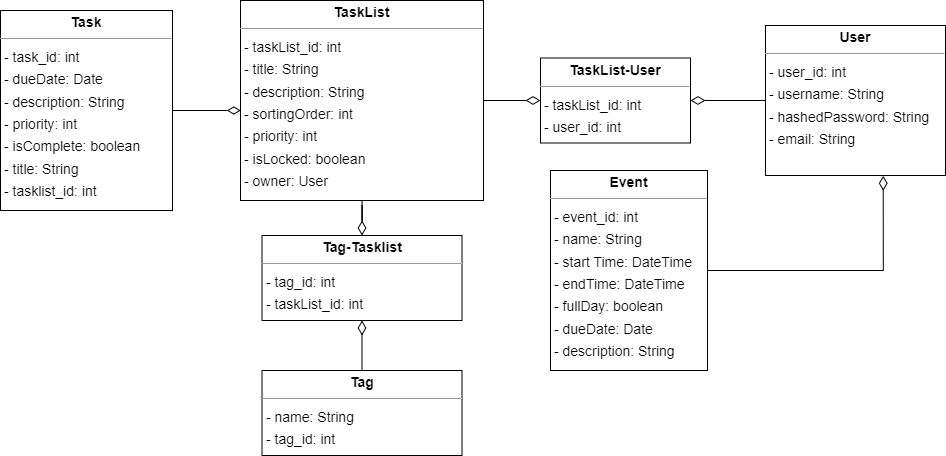
Above: pictures/Datenmodell.png in 2324-syp-3ahif/Project-LAMP (draw.io), before the change. Source tidied: cells renumbered, new cells last; positions are measured from the earlier drawing's top-left corner, leaving out a move shared by most shapes.
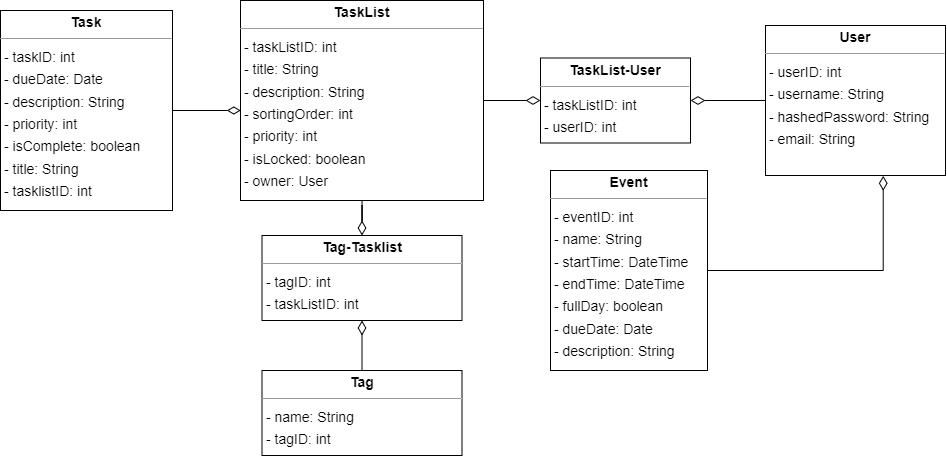
Later version of the same file.

Commit message:
names of variables now by naming conventions

Change to the diagram source:
```diff
@@ -2,16 +2,16 @@
   <root>
     <mxCell id="0" />
     <mxCell id="1" parent="0" />
-    <mxCell id="2" value="&lt;p style=&quot;margin:0px;margin-top:4px;text-align:center;&quot;&gt;&lt;b&gt;Event&lt;/b&gt;&lt;/p&gt;&lt;hr size=&quot;1&quot;&gt;&lt;p style=&quot;margin:0 0 0 4px;line-height:1.6;&quot;&gt;&lt;/p&gt;&lt;p style=&quot;margin:0 0 0 4px;line-height:1.6;&quot;&gt;- event_id: int&lt;/p&gt;&lt;p style=&quot;margin:0 0 0 4px;line-height:1.6;&quot;&gt;- name: String&lt;/p&gt;&lt;p style=&quot;margin:0 0 0 4px;line-height:1.6;&quot;&gt;- start Time: DateTime&lt;/p&gt;&lt;p style=&quot;margin:0 0 0 4px;line-height:1.6;&quot;&gt;- endTime: DateTime&lt;/p&gt;&lt;p style=&quot;margin:0 0 0 4px;line-height:1.6;&quot;&gt;- fullDay: boolean&lt;br&gt;- dueDate: Date&lt;br&gt;- description: String&lt;/p&gt;" style="verticalAlign=top;align=left;overflow=fill;fontSize=14;fontFamily=Helvetica;html=1;rounded=0;shadow=0;comic=0;labelBackgroundColor=none;strokeWidth=1;" parent="1" vertex="1">
+    <mxCell id="2" value="&lt;p style=&quot;margin:0px;margin-top:4px;text-align:center;&quot;&gt;&lt;b&gt;Event&lt;/b&gt;&lt;/p&gt;&lt;hr size=&quot;1&quot;&gt;&lt;p style=&quot;margin:0 0 0 4px;line-height:1.6;&quot;&gt;&lt;/p&gt;&lt;p style=&quot;margin:0 0 0 4px;line-height:1.6;&quot;&gt;- eventID: int&lt;/p&gt;&lt;p style=&quot;margin:0 0 0 4px;line-height:1.6;&quot;&gt;- name: String&lt;/p&gt;&lt;p style=&quot;margin:0 0 0 4px;line-height:1.6;&quot;&gt;- startTime: DateTime&lt;/p&gt;&lt;p style=&quot;margin:0 0 0 4px;line-height:1.6;&quot;&gt;- endTime: DateTime&lt;/p&gt;&lt;p style=&quot;margin:0 0 0 4px;line-height:1.6;&quot;&gt;- fullDay: boolean&lt;br&gt;- dueDate: Date&lt;br&gt;- description: String&lt;/p&gt;" style="verticalAlign=top;align=left;overflow=fill;fontSize=14;fontFamily=Helvetica;html=1;rounded=0;shadow=0;comic=0;labelBackgroundColor=none;strokeWidth=1;" parent="1" vertex="1">
       <mxGeometry x="550" y="170" width="157" height="200" as="geometry" />
     </mxCell>
     <mxCell id="3" style="edgeStyle=orthogonalEdgeStyle;rounded=0;jettySize=auto;html=1;entryX=0.5;entryY=1;entryDx=0;entryDy=0;endArrow=diamondThin;endFill=0;endSize=12;" parent="1" edge="1" source="4" target="12">
       <mxGeometry relative="1" as="geometry" />
     </mxCell>
-    <mxCell id="4" value="&lt;p style=&quot;margin:0px;margin-top:4px;text-align:center;&quot;&gt;&lt;b&gt;Tag&lt;/b&gt;&lt;/p&gt;&lt;hr size=&quot;1&quot;&gt;&lt;p style=&quot;margin:0 0 0 4px;line-height:1.6;&quot;&gt;&lt;/p&gt;&lt;p style=&quot;margin:0 0 0 4px;line-height:1.6;&quot;&gt;- name: String&lt;/p&gt;&lt;p style=&quot;margin:0 0 0 4px;line-height:1.6;&quot;&gt;- tag_id: int&lt;/p&gt;&lt;p style=&quot;margin:0 0 0 4px;line-height:1.6;&quot;&gt;&lt;br&gt;&lt;/p&gt;" style="verticalAlign=top;align=left;overflow=fill;fontSize=14;fontFamily=Helvetica;html=1;rounded=0;shadow=0;comic=0;labelBackgroundColor=none;strokeWidth=1;" parent="1" vertex="1">
+    <mxCell id="4" value="&lt;p style=&quot;margin:0px;margin-top:4px;text-align:center;&quot;&gt;&lt;b&gt;Tag&lt;/b&gt;&lt;/p&gt;&lt;hr size=&quot;1&quot;&gt;&lt;p style=&quot;margin:0 0 0 4px;line-height:1.6;&quot;&gt;&lt;/p&gt;&lt;p style=&quot;margin:0 0 0 4px;line-height:1.6;&quot;&gt;- name: String&lt;/p&gt;&lt;p style=&quot;margin:0 0 0 4px;line-height:1.6;&quot;&gt;- tagID: int&lt;/p&gt;&lt;p style=&quot;margin:0 0 0 4px;line-height:1.6;&quot;&gt;&lt;br&gt;&lt;/p&gt;" style="verticalAlign=top;align=left;overflow=fill;fontSize=14;fontFamily=Helvetica;html=1;rounded=0;shadow=0;comic=0;labelBackgroundColor=none;strokeWidth=1;" parent="1" vertex="1">
       <mxGeometry x="261.5" y="370" width="200" height="85" as="geometry" />
     </mxCell>
-    <mxCell id="5" value="&lt;p style=&quot;margin:0px;margin-top:4px;text-align:center;&quot;&gt;&lt;b&gt;Task&lt;/b&gt;&lt;/p&gt;&lt;hr size=&quot;1&quot;&gt;&lt;p style=&quot;margin:0 0 0 4px;line-height:1.6;&quot;&gt;&lt;/p&gt;&lt;p style=&quot;margin:0 0 0 4px;line-height:1.6;&quot;&gt;- task_id: int&lt;/p&gt;&lt;p style=&quot;margin:0 0 0 4px;line-height:1.6;&quot;&gt;- dueDate: Date&lt;br&gt;- description: String&lt;br&gt;- priority: int&lt;br&gt;- isComplete: boolean&lt;br&gt;- title: String&lt;br&gt;- tasklist_id: int&lt;/p&gt;" style="verticalAlign=top;align=left;overflow=fill;fontSize=14;fontFamily=Helvetica;html=1;rounded=0;shadow=0;comic=0;labelBackgroundColor=none;strokeWidth=1;" parent="1" vertex="1">
+    <mxCell id="5" value="&lt;p style=&quot;margin:0px;margin-top:4px;text-align:center;&quot;&gt;&lt;b&gt;Task&lt;/b&gt;&lt;/p&gt;&lt;hr size=&quot;1&quot;&gt;&lt;p style=&quot;margin:0 0 0 4px;line-height:1.6;&quot;&gt;&lt;/p&gt;&lt;p style=&quot;margin:0 0 0 4px;line-height:1.6;&quot;&gt;- taskID: int&lt;/p&gt;&lt;p style=&quot;margin:0 0 0 4px;line-height:1.6;&quot;&gt;- dueDate: Date&lt;br&gt;- description: String&lt;br&gt;- priority: int&lt;br&gt;- isComplete: boolean&lt;br&gt;- title: String&lt;br&gt;- tasklistID: int&lt;/p&gt;" style="verticalAlign=top;align=left;overflow=fill;fontSize=14;fontFamily=Helvetica;html=1;rounded=0;shadow=0;comic=0;labelBackgroundColor=none;strokeWidth=1;" parent="1" vertex="1">
       <mxGeometry y="10" width="172" height="200" as="geometry" />
     </mxCell>
     <mxCell id="6" style="edgeStyle=orthogonalEdgeStyle;rounded=0;jettySize=auto;html=1;entryX=0.5;entryY=0;entryDx=0;entryDy=0;endArrow=diamondThin;endFill=0;endSize=12;" parent="1" edge="1" source="8" target="12">
@@ -20,22 +20,22 @@
     <mxCell id="7" style="edgeStyle=orthogonalEdgeStyle;rounded=0;jettySize=auto;html=1;entryX=0;entryY=0.5;entryDx=0;entryDy=0;endSize=12;endArrow=diamondThin;endFill=0;" parent="1" edge="1" source="8" target="13">
       <mxGeometry relative="1" as="geometry" />
     </mxCell>
-    <mxCell id="8" value="&lt;p style=&quot;margin:0px;margin-top:4px;text-align:center;&quot;&gt;&lt;b&gt;TaskList&lt;/b&gt;&lt;/p&gt;&lt;hr size=&quot;1&quot;&gt;&lt;p style=&quot;margin:0 0 0 4px;line-height:1.6;&quot;&gt;&lt;/p&gt;&lt;p style=&quot;margin:0 0 0 4px;line-height:1.6;&quot;&gt;- taskList_id: int&lt;/p&gt;&lt;p style=&quot;margin:0 0 0 4px;line-height:1.6;&quot;&gt;- title: String&lt;/p&gt;&lt;p style=&quot;margin:0 0 0 4px;line-height:1.6;&quot;&gt;- description: String&lt;br&gt;- sortingOrder: int&lt;/p&gt;&lt;p style=&quot;margin:0 0 0 4px;line-height:1.6;&quot;&gt;- priority: int&lt;/p&gt;&lt;p style=&quot;margin:0 0 0 4px;line-height:1.6;&quot;&gt;&lt;span style=&quot;background-color: initial;&quot;&gt;- isLocked: boolean&lt;/span&gt;&lt;br&gt;&lt;/p&gt;&lt;p style=&quot;margin:0 0 0 4px;line-height:1.6;&quot;&gt;- owner: User&lt;/p&gt;" style="verticalAlign=top;align=left;overflow=fill;fontSize=14;fontFamily=Helvetica;html=1;rounded=0;shadow=0;comic=0;labelBackgroundColor=none;strokeWidth=1;" parent="1" vertex="1">
+    <mxCell id="8" value="&lt;p style=&quot;margin:0px;margin-top:4px;text-align:center;&quot;&gt;&lt;b&gt;TaskList&lt;/b&gt;&lt;/p&gt;&lt;hr size=&quot;1&quot;&gt;&lt;p style=&quot;margin:0 0 0 4px;line-height:1.6;&quot;&gt;&lt;/p&gt;&lt;p style=&quot;margin:0 0 0 4px;line-height:1.6;&quot;&gt;- taskListID: int&lt;/p&gt;&lt;p style=&quot;margin:0 0 0 4px;line-height:1.6;&quot;&gt;- title: String&lt;/p&gt;&lt;p style=&quot;margin:0 0 0 4px;line-height:1.6;&quot;&gt;- description: String&lt;br&gt;- sortingOrder: int&lt;/p&gt;&lt;p style=&quot;margin:0 0 0 4px;line-height:1.6;&quot;&gt;- priority: int&lt;/p&gt;&lt;p style=&quot;margin:0 0 0 4px;line-height:1.6;&quot;&gt;&lt;span style=&quot;background-color: initial;&quot;&gt;- isLocked: boolean&lt;/span&gt;&lt;br&gt;&lt;/p&gt;&lt;p style=&quot;margin:0 0 0 4px;line-height:1.6;&quot;&gt;- owner: User&lt;/p&gt;" style="verticalAlign=top;align=left;overflow=fill;fontSize=14;fontFamily=Helvetica;html=1;rounded=0;shadow=0;comic=0;labelBackgroundColor=none;strokeWidth=1;" parent="1" vertex="1">
       <mxGeometry x="240" width="243" height="200" as="geometry" />
     </mxCell>
     <mxCell id="9" style="edgeStyle=orthogonalEdgeStyle;rounded=0;jettySize=auto;html=1;endSize=12;endArrow=diamondThin;endFill=0;" parent="1" edge="1" source="10" target="13">
       <mxGeometry relative="1" as="geometry" />
     </mxCell>
-    <mxCell id="10" value="&lt;p style=&quot;margin:0px;margin-top:4px;text-align:center;&quot;&gt;&lt;b&gt;User&lt;/b&gt;&lt;/p&gt;&lt;hr size=&quot;1&quot;&gt;&lt;p style=&quot;margin:0 0 0 4px;line-height:1.6;&quot;&gt;&lt;/p&gt;&lt;p style=&quot;margin:0 0 0 4px;line-height:1.6;&quot;&gt;- user_id: int&lt;br&gt;- username: String&lt;/p&gt;&lt;p style=&quot;margin:0 0 0 4px;line-height:1.6;&quot;&gt;- hashedPassword: String&lt;/p&gt;&lt;p style=&quot;margin:0 0 0 4px;line-height:1.6;&quot;&gt;- email: String&lt;/p&gt;" style="verticalAlign=top;align=left;overflow=fill;fontSize=14;fontFamily=Helvetica;html=1;rounded=0;shadow=0;comic=0;labelBackgroundColor=none;strokeWidth=1;" parent="1" vertex="1">
+    <mxCell id="10" value="&lt;p style=&quot;margin:0px;margin-top:4px;text-align:center;&quot;&gt;&lt;b&gt;User&lt;/b&gt;&lt;/p&gt;&lt;hr size=&quot;1&quot;&gt;&lt;p style=&quot;margin:0 0 0 4px;line-height:1.6;&quot;&gt;&lt;/p&gt;&lt;p style=&quot;margin:0 0 0 4px;line-height:1.6;&quot;&gt;- userID: int&lt;br&gt;- username: String&lt;/p&gt;&lt;p style=&quot;margin:0 0 0 4px;line-height:1.6;&quot;&gt;- hashedPassword: String&lt;/p&gt;&lt;p style=&quot;margin:0 0 0 4px;line-height:1.6;&quot;&gt;- email: String&lt;/p&gt;" style="verticalAlign=top;align=left;overflow=fill;fontSize=14;fontFamily=Helvetica;html=1;rounded=0;shadow=0;comic=0;labelBackgroundColor=none;strokeWidth=1;" parent="1" vertex="1">
       <mxGeometry x="765" y="25" width="180" height="150" as="geometry" />
     </mxCell>
     <mxCell id="11" style="edgeStyle=orthogonalEdgeStyle;rounded=0;jettySize=auto;html=1;entryX=0.001;entryY=0.55;entryDx=0;entryDy=0;entryPerimeter=0;endSize=11;endArrow=diamondThin;endFill=0;" parent="1" edge="1" source="5" target="8">
       <mxGeometry relative="1" as="geometry" />
     </mxCell>
-    <mxCell id="12" value="&lt;p style=&quot;margin:0px;margin-top:4px;text-align:center;&quot;&gt;&lt;b&gt;Tag-Tasklist&lt;/b&gt;&lt;/p&gt;&lt;hr size=&quot;1&quot;&gt;&lt;p style=&quot;margin:0 0 0 4px;line-height:1.6;&quot;&gt;&lt;/p&gt;&lt;p style=&quot;margin:0 0 0 4px;line-height:1.6;&quot;&gt;- tag_id: int&lt;/p&gt;&lt;p style=&quot;margin:0 0 0 4px;line-height:1.6;&quot;&gt;- taskList_id: int&lt;/p&gt;&lt;p style=&quot;margin:0 0 0 4px;line-height:1.6;&quot;&gt;&lt;br&gt;&lt;/p&gt;" style="verticalAlign=top;align=left;overflow=fill;fontSize=14;fontFamily=Helvetica;html=1;rounded=0;shadow=0;comic=0;labelBackgroundColor=none;strokeWidth=1;" parent="1" vertex="1">
+    <mxCell id="12" value="&lt;p style=&quot;margin:0px;margin-top:4px;text-align:center;&quot;&gt;&lt;b&gt;Tag-Tasklist&lt;/b&gt;&lt;/p&gt;&lt;hr size=&quot;1&quot;&gt;&lt;p style=&quot;margin:0 0 0 4px;line-height:1.6;&quot;&gt;&lt;/p&gt;&lt;p style=&quot;margin:0 0 0 4px;line-height:1.6;&quot;&gt;- tagID: int&lt;/p&gt;&lt;p style=&quot;margin:0 0 0 4px;line-height:1.6;&quot;&gt;- taskListID: int&lt;/p&gt;&lt;p style=&quot;margin:0 0 0 4px;line-height:1.6;&quot;&gt;&lt;br&gt;&lt;/p&gt;" style="verticalAlign=top;align=left;overflow=fill;fontSize=14;fontFamily=Helvetica;html=1;rounded=0;shadow=0;comic=0;labelBackgroundColor=none;strokeWidth=1;" parent="1" vertex="1">
       <mxGeometry x="261.5" y="235" width="200" height="85" as="geometry" />
     </mxCell>
-    <mxCell id="13" value="&lt;p style=&quot;margin:0px;margin-top:4px;text-align:center;&quot;&gt;&lt;b&gt;TaskList-User&lt;/b&gt;&lt;/p&gt;&lt;hr size=&quot;1&quot;&gt;&lt;p style=&quot;margin:0 0 0 4px;line-height:1.6;&quot;&gt;&lt;/p&gt;&lt;p style=&quot;margin:0 0 0 4px;line-height:1.6;&quot;&gt;- taskList_id: int&lt;br&gt;- user_id: int&lt;/p&gt;" style="verticalAlign=top;align=left;overflow=fill;fontSize=14;fontFamily=Helvetica;html=1;rounded=0;shadow=0;comic=0;labelBackgroundColor=none;strokeWidth=1;" parent="1" vertex="1">
+    <mxCell id="13" value="&lt;p style=&quot;margin:0px;margin-top:4px;text-align:center;&quot;&gt;&lt;b&gt;TaskList-User&lt;/b&gt;&lt;/p&gt;&lt;hr size=&quot;1&quot;&gt;&lt;p style=&quot;margin:0 0 0 4px;line-height:1.6;&quot;&gt;&lt;/p&gt;&lt;p style=&quot;margin:0 0 0 4px;line-height:1.6;&quot;&gt;- taskListID: int&lt;br&gt;- userID: int&lt;/p&gt;" style="verticalAlign=top;align=left;overflow=fill;fontSize=14;fontFamily=Helvetica;html=1;rounded=0;shadow=0;comic=0;labelBackgroundColor=none;strokeWidth=1;" parent="1" vertex="1">
       <mxGeometry x="540" y="57.5" width="150" height="85" as="geometry" />
     </mxCell>
     <mxCell id="14" style="edgeStyle=orthogonalEdgeStyle;rounded=0;jettySize=auto;html=1;entryX=0.654;entryY=1.002;entryDx=0;entryDy=0;entryPerimeter=0;endArrow=diamondThin;endFill=0;endSize=12;" parent="1" edge="1" source="2" target="10">
```
